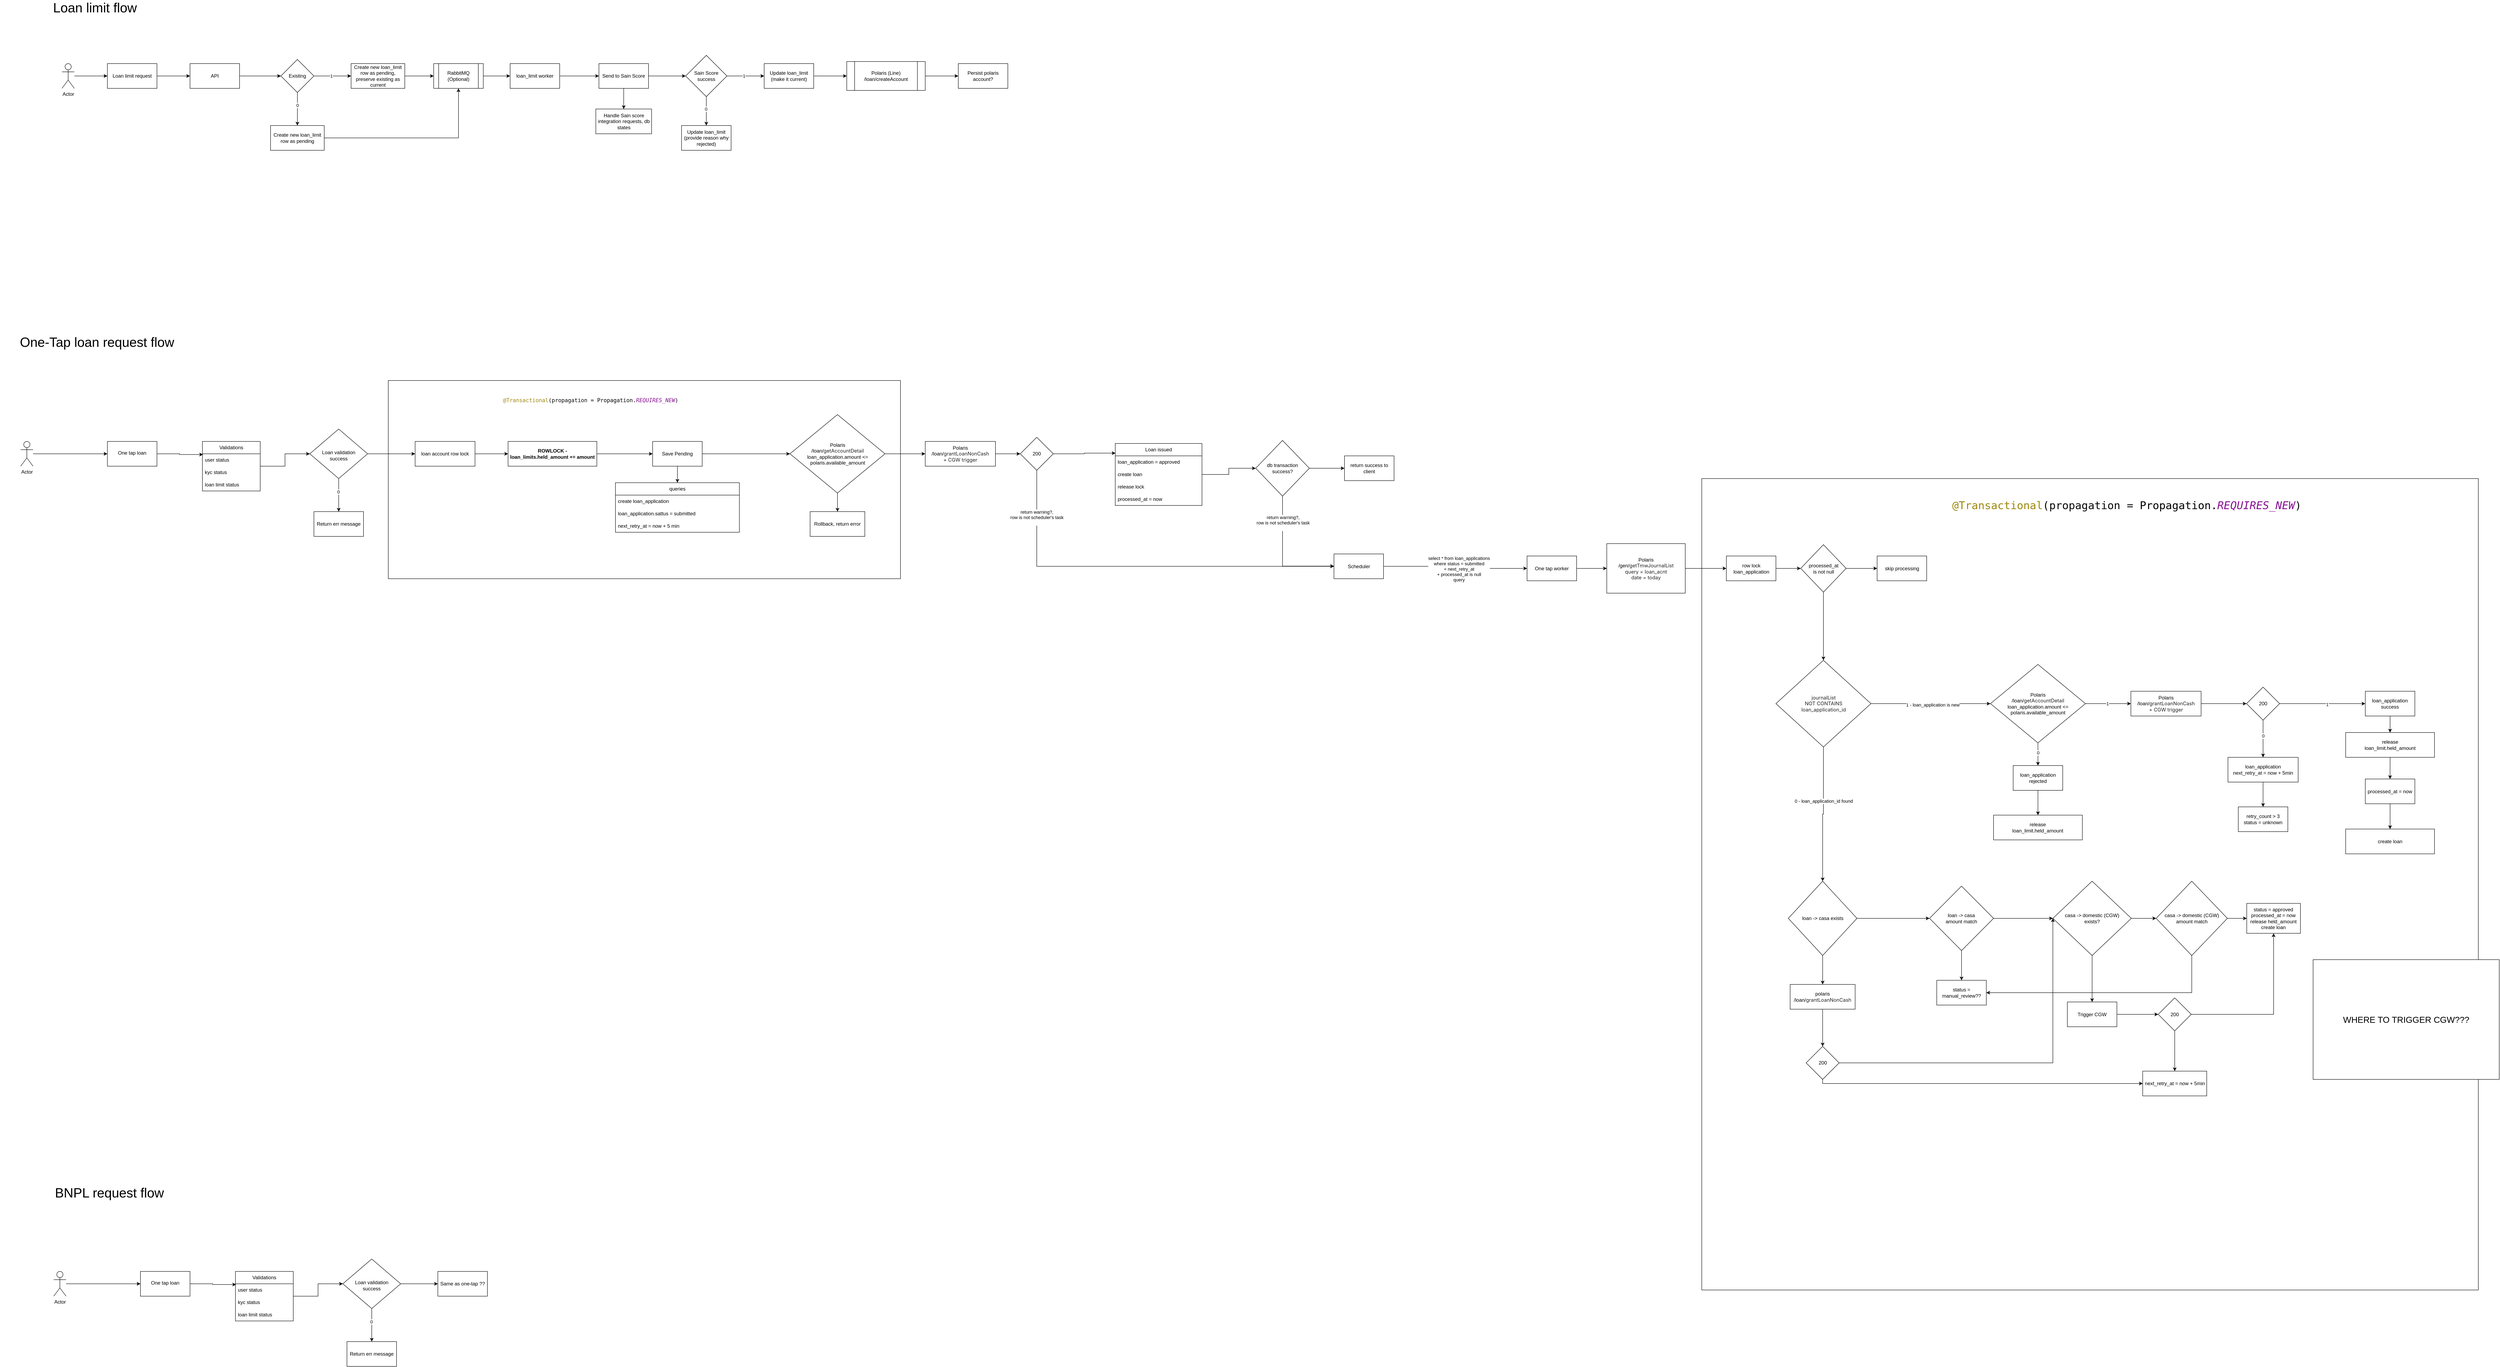
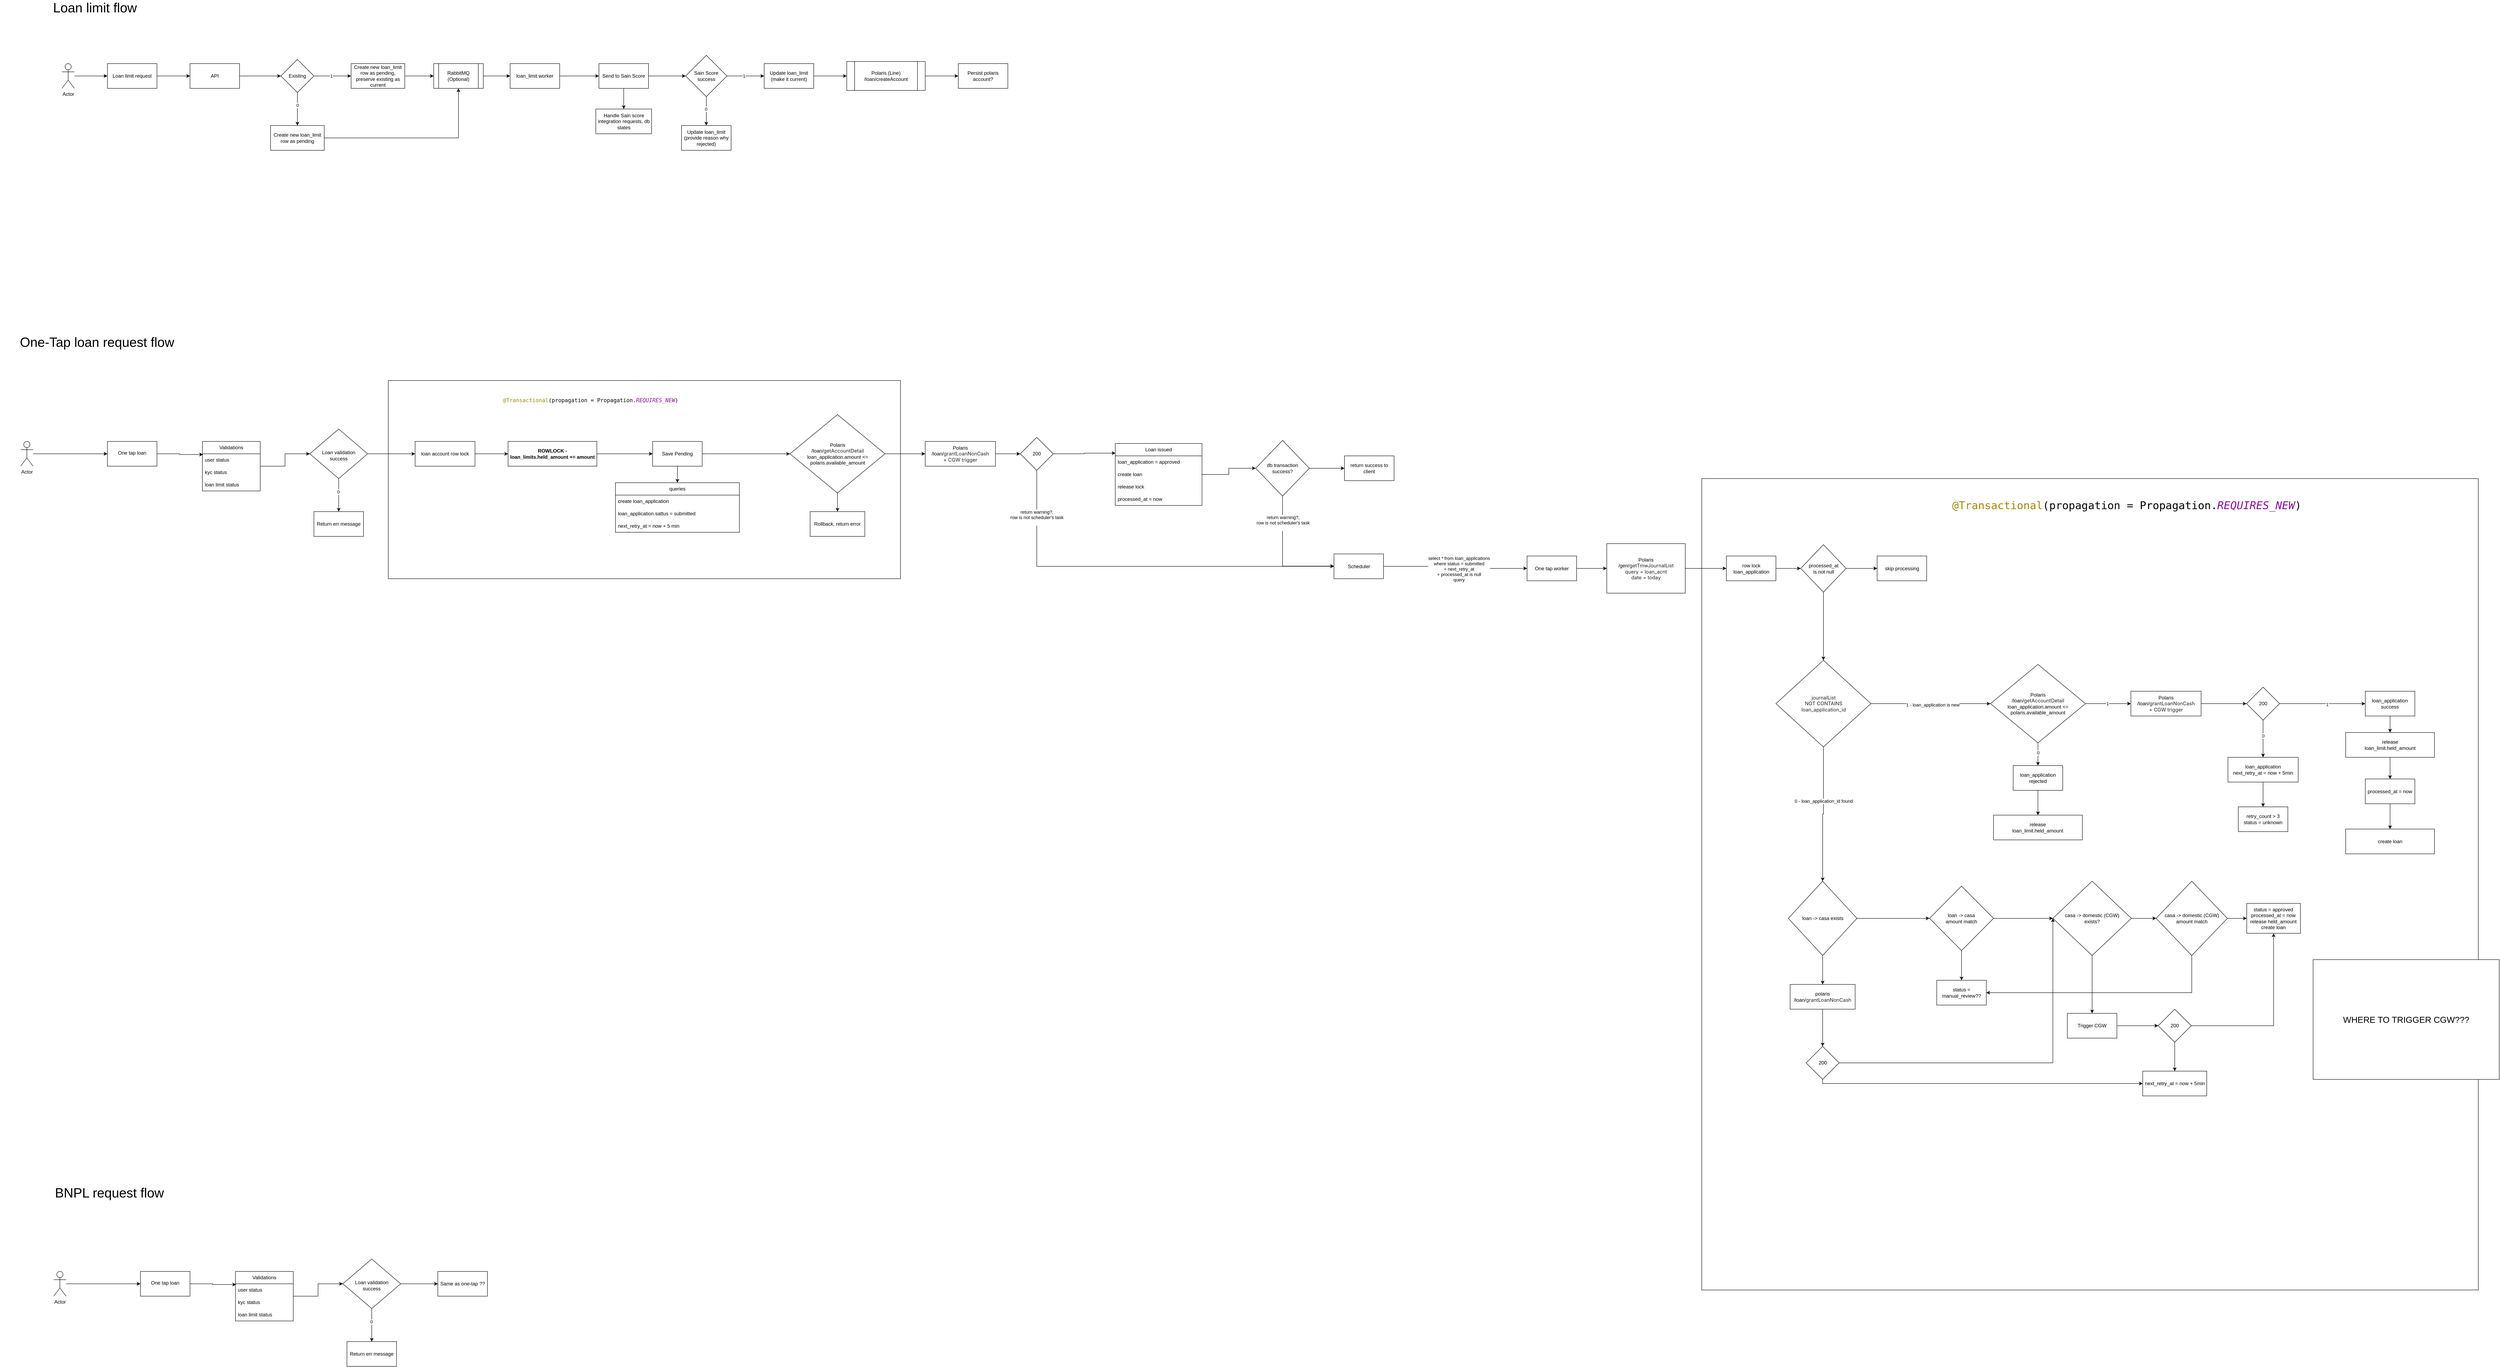
<mxfile host="app.diagrams.net">
  <diagram name="Page-1" id="VCBSuIh8bz7kurrQ0Zaz">
    <mxGraphModel dx="2067" dy="712" grid="1" gridSize="10" guides="1" tooltips="1" connect="1" arrows="1" fold="1" page="1" pageScale="1" pageWidth="850" pageHeight="1100" math="0" shadow="0">
      <root>
        <mxCell id="0" />
        <mxCell id="1" parent="0" />
        <mxCell id="In8fDh9ZLN2M87an2Miy-188" parent="1" style="rounded=0;whiteSpace=wrap;html=1;movable=0;resizable=0;rotatable=0;deletable=0;editable=0;locked=1;connectable=0;" value="" vertex="1">
          <mxGeometry height="1965" width="1880" x="4010" y="1215" as="geometry" />
        </mxCell>
        <mxCell id="In8fDh9ZLN2M87an2Miy-172" parent="1" style="rounded=0;whiteSpace=wrap;html=1;movable=0;resizable=0;rotatable=0;deletable=0;editable=0;locked=1;connectable=0;" value="" vertex="1">
          <mxGeometry height="480" width="1240" x="830" y="977.5" as="geometry" />
        </mxCell>
        <mxCell id="KqixbsF9o6dLofBvsG9t-5" edge="1" parent="1" source="KqixbsF9o6dLofBvsG9t-1" style="edgeStyle=orthogonalEdgeStyle;rounded=0;orthogonalLoop=1;jettySize=auto;html=1;" target="KqixbsF9o6dLofBvsG9t-4" value="">
          <mxGeometry relative="1" as="geometry" />
        </mxCell>
        <mxCell id="KqixbsF9o6dLofBvsG9t-1" parent="1" style="rounded=0;whiteSpace=wrap;html=1;" value="Loan limit request" vertex="1">
          <mxGeometry height="60" width="120" x="150" y="210" as="geometry" />
        </mxCell>
        <mxCell id="KqixbsF9o6dLofBvsG9t-3" edge="1" parent="1" source="KqixbsF9o6dLofBvsG9t-2" style="edgeStyle=orthogonalEdgeStyle;rounded=0;orthogonalLoop=1;jettySize=auto;html=1;" target="KqixbsF9o6dLofBvsG9t-1" value="">
          <mxGeometry relative="1" as="geometry" />
        </mxCell>
        <mxCell id="KqixbsF9o6dLofBvsG9t-2" parent="1" style="shape=umlActor;verticalLabelPosition=bottom;verticalAlign=top;html=1;outlineConnect=0;" value="Actor" vertex="1">
          <mxGeometry height="60" width="30" x="40" y="210" as="geometry" />
        </mxCell>
        <mxCell id="KqixbsF9o6dLofBvsG9t-9" edge="1" parent="1" source="KqixbsF9o6dLofBvsG9t-4" style="edgeStyle=orthogonalEdgeStyle;rounded=0;orthogonalLoop=1;jettySize=auto;html=1;" target="KqixbsF9o6dLofBvsG9t-8" value="">
          <mxGeometry relative="1" as="geometry" />
        </mxCell>
        <mxCell id="KqixbsF9o6dLofBvsG9t-4" parent="1" style="rounded=0;whiteSpace=wrap;html=1;" value="API" vertex="1">
          <mxGeometry height="60" width="120" x="350" y="210" as="geometry" />
        </mxCell>
        <mxCell id="KqixbsF9o6dLofBvsG9t-11" edge="1" parent="1" source="KqixbsF9o6dLofBvsG9t-8" style="edgeStyle=orthogonalEdgeStyle;rounded=0;orthogonalLoop=1;jettySize=auto;html=1;" target="KqixbsF9o6dLofBvsG9t-10" value="">
          <mxGeometry relative="1" as="geometry" />
        </mxCell>
        <mxCell id="KqixbsF9o6dLofBvsG9t-12" connectable="0" parent="KqixbsF9o6dLofBvsG9t-11" style="edgeLabel;html=1;align=center;verticalAlign=middle;resizable=0;points=[];" value="1" vertex="1">
          <mxGeometry relative="1" x="-0.079" as="geometry">
            <mxPoint as="offset" />
          </mxGeometry>
        </mxCell>
        <mxCell id="KqixbsF9o6dLofBvsG9t-14" edge="1" parent="1" source="KqixbsF9o6dLofBvsG9t-8" style="edgeStyle=orthogonalEdgeStyle;rounded=0;orthogonalLoop=1;jettySize=auto;html=1;" target="KqixbsF9o6dLofBvsG9t-13" value="">
          <mxGeometry relative="1" as="geometry" />
        </mxCell>
        <mxCell id="KqixbsF9o6dLofBvsG9t-15" connectable="0" parent="KqixbsF9o6dLofBvsG9t-14" style="edgeLabel;html=1;align=center;verticalAlign=middle;resizable=0;points=[];" value="0" vertex="1">
          <mxGeometry relative="1" x="-0.2407" as="geometry">
            <mxPoint as="offset" />
          </mxGeometry>
        </mxCell>
        <mxCell id="KqixbsF9o6dLofBvsG9t-8" parent="1" style="rhombus;whiteSpace=wrap;html=1;rounded=0;" value="Existing" vertex="1">
          <mxGeometry height="80" width="80" x="570" y="200" as="geometry" />
        </mxCell>
        <mxCell id="KqixbsF9o6dLofBvsG9t-23" edge="1" parent="1" source="KqixbsF9o6dLofBvsG9t-10" style="edgeStyle=orthogonalEdgeStyle;rounded=0;orthogonalLoop=1;jettySize=auto;html=1;" target="KqixbsF9o6dLofBvsG9t-22" value="">
          <mxGeometry relative="1" as="geometry" />
        </mxCell>
        <mxCell id="KqixbsF9o6dLofBvsG9t-10" parent="1" style="whiteSpace=wrap;html=1;rounded=0;" value="Create new loan_limit row as pending, preserve existing as current" vertex="1">
          <mxGeometry height="60" width="130" x="740" y="210" as="geometry" />
        </mxCell>
        <mxCell id="KqixbsF9o6dLofBvsG9t-26" edge="1" parent="1" source="KqixbsF9o6dLofBvsG9t-13" style="edgeStyle=orthogonalEdgeStyle;rounded=0;orthogonalLoop=1;jettySize=auto;html=1;entryX=0.5;entryY=1;entryDx=0;entryDy=0;" target="KqixbsF9o6dLofBvsG9t-22">
          <mxGeometry relative="1" as="geometry" />
        </mxCell>
        <mxCell id="KqixbsF9o6dLofBvsG9t-13" parent="1" style="whiteSpace=wrap;html=1;rounded=0;" value="Create new loan_limit row as pending" vertex="1">
          <mxGeometry height="60" width="130" x="545" y="360" as="geometry" />
        </mxCell>
        <mxCell id="KqixbsF9o6dLofBvsG9t-25" edge="1" parent="1" source="KqixbsF9o6dLofBvsG9t-22" style="edgeStyle=orthogonalEdgeStyle;rounded=0;orthogonalLoop=1;jettySize=auto;html=1;" target="KqixbsF9o6dLofBvsG9t-24" value="">
          <mxGeometry relative="1" as="geometry" />
        </mxCell>
        <mxCell id="KqixbsF9o6dLofBvsG9t-22" parent="1" style="shape=process;whiteSpace=wrap;html=1;backgroundOutline=1;rounded=0;" value="RabbitMQ (Optional)" vertex="1">
          <mxGeometry height="60" width="120" x="940" y="210" as="geometry" />
        </mxCell>
        <mxCell id="KqixbsF9o6dLofBvsG9t-28" edge="1" parent="1" source="KqixbsF9o6dLofBvsG9t-24" style="edgeStyle=orthogonalEdgeStyle;rounded=0;orthogonalLoop=1;jettySize=auto;html=1;" target="KqixbsF9o6dLofBvsG9t-27" value="">
          <mxGeometry relative="1" as="geometry" />
        </mxCell>
        <mxCell id="KqixbsF9o6dLofBvsG9t-24" parent="1" style="whiteSpace=wrap;html=1;rounded=0;" value="loan_limit worker" vertex="1">
          <mxGeometry height="60" width="120" x="1125" y="210" as="geometry" />
        </mxCell>
        <mxCell id="KqixbsF9o6dLofBvsG9t-30" edge="1" parent="1" source="KqixbsF9o6dLofBvsG9t-27" style="edgeStyle=orthogonalEdgeStyle;rounded=0;orthogonalLoop=1;jettySize=auto;html=1;" target="KqixbsF9o6dLofBvsG9t-29" value="">
          <mxGeometry relative="1" as="geometry" />
        </mxCell>
        <mxCell id="KqixbsF9o6dLofBvsG9t-38" edge="1" parent="1" source="KqixbsF9o6dLofBvsG9t-27" style="edgeStyle=orthogonalEdgeStyle;rounded=0;orthogonalLoop=1;jettySize=auto;html=1;" target="KqixbsF9o6dLofBvsG9t-37" value="">
          <mxGeometry relative="1" as="geometry" />
        </mxCell>
        <mxCell id="KqixbsF9o6dLofBvsG9t-27" parent="1" style="whiteSpace=wrap;html=1;rounded=0;" value="Send to Sain Score" vertex="1">
          <mxGeometry height="60" width="120" x="1340" y="210" as="geometry" />
        </mxCell>
        <mxCell id="KqixbsF9o6dLofBvsG9t-32" edge="1" parent="1" source="KqixbsF9o6dLofBvsG9t-29" style="edgeStyle=orthogonalEdgeStyle;rounded=0;orthogonalLoop=1;jettySize=auto;html=1;" target="KqixbsF9o6dLofBvsG9t-31" value="">
          <mxGeometry relative="1" as="geometry" />
        </mxCell>
        <mxCell id="KqixbsF9o6dLofBvsG9t-33" connectable="0" parent="KqixbsF9o6dLofBvsG9t-32" style="edgeLabel;html=1;align=center;verticalAlign=middle;resizable=0;points=[];" value="1" vertex="1">
          <mxGeometry relative="1" x="-0.1048" as="geometry">
            <mxPoint as="offset" />
          </mxGeometry>
        </mxCell>
        <mxCell id="KqixbsF9o6dLofBvsG9t-35" edge="1" parent="1" source="KqixbsF9o6dLofBvsG9t-29" style="edgeStyle=orthogonalEdgeStyle;rounded=0;orthogonalLoop=1;jettySize=auto;html=1;" target="KqixbsF9o6dLofBvsG9t-34" value="">
          <mxGeometry relative="1" as="geometry" />
        </mxCell>
        <mxCell id="KqixbsF9o6dLofBvsG9t-36" connectable="0" parent="KqixbsF9o6dLofBvsG9t-35" style="edgeLabel;html=1;align=center;verticalAlign=middle;resizable=0;points=[];" value="0" vertex="1">
          <mxGeometry relative="1" x="-0.1429" y="-1" as="geometry">
            <mxPoint as="offset" />
          </mxGeometry>
        </mxCell>
        <mxCell id="KqixbsF9o6dLofBvsG9t-29" parent="1" style="rhombus;whiteSpace=wrap;html=1;rounded=0;" value="Sain Score success" vertex="1">
          <mxGeometry height="100" width="100" x="1550" y="190" as="geometry" />
        </mxCell>
        <mxCell id="KqixbsF9o6dLofBvsG9t-66" edge="1" parent="1" source="KqixbsF9o6dLofBvsG9t-31" style="edgeStyle=orthogonalEdgeStyle;rounded=0;orthogonalLoop=1;jettySize=auto;html=1;" target="KqixbsF9o6dLofBvsG9t-65" value="">
          <mxGeometry relative="1" as="geometry" />
        </mxCell>
        <mxCell id="KqixbsF9o6dLofBvsG9t-31" parent="1" style="whiteSpace=wrap;html=1;rounded=0;" value="Update loan_limit (make it current)" vertex="1">
          <mxGeometry height="60" width="120" x="1740" y="210" as="geometry" />
        </mxCell>
        <mxCell id="KqixbsF9o6dLofBvsG9t-34" parent="1" style="whiteSpace=wrap;html=1;rounded=0;" value="Update loan_limit&lt;br&gt;(provide reason why rejected)" vertex="1">
          <mxGeometry height="60" width="120" x="1540" y="360" as="geometry" />
        </mxCell>
        <mxCell id="KqixbsF9o6dLofBvsG9t-37" parent="1" style="whiteSpace=wrap;html=1;rounded=0;" value="Handle Sain score integration requests, db states" vertex="1">
          <mxGeometry height="60" width="135" x="1332.5" y="320" as="geometry" />
        </mxCell>
        <mxCell id="KqixbsF9o6dLofBvsG9t-40" parent="1" style="text;html=1;whiteSpace=wrap;strokeColor=none;fillColor=none;align=center;verticalAlign=middle;rounded=0;fontSize=32;" value="Loan limit flow" vertex="1">
          <mxGeometry height="30" width="260" x="-10" y="60" as="geometry" />
        </mxCell>
        <mxCell id="KqixbsF9o6dLofBvsG9t-74" edge="1" parent="1" source="KqixbsF9o6dLofBvsG9t-65" style="edgeStyle=orthogonalEdgeStyle;rounded=0;orthogonalLoop=1;jettySize=auto;html=1;" target="KqixbsF9o6dLofBvsG9t-73" value="">
          <mxGeometry relative="1" as="geometry" />
        </mxCell>
        <mxCell id="KqixbsF9o6dLofBvsG9t-65" parent="1" style="shape=process;whiteSpace=wrap;html=1;backgroundOutline=1;rounded=0;" value="Polaris (Line)&lt;br&gt;/loan/createAccount" vertex="1">
          <mxGeometry height="70" width="190" x="1940" y="205" as="geometry" />
        </mxCell>
        <mxCell id="KqixbsF9o6dLofBvsG9t-73" parent="1" style="whiteSpace=wrap;html=1;rounded=0;" value="Persist polaris account?" vertex="1">
          <mxGeometry height="60" width="120" x="2210" y="210" as="geometry" />
        </mxCell>
        <mxCell id="U8Ajh8Gpa-m2DNKNFQys-1" parent="1" style="text;html=1;whiteSpace=wrap;strokeColor=none;fillColor=none;align=center;verticalAlign=middle;rounded=0;fontSize=32;" value="One-Tap loan request flow" vertex="1">
          <mxGeometry height="30" width="470" x="-110" y="870" as="geometry" />
        </mxCell>
        <mxCell id="In8fDh9ZLN2M87an2Miy-1" edge="1" parent="1" source="In8fDh9ZLN2M87an2Miy-2" style="edgeStyle=orthogonalEdgeStyle;rounded=0;orthogonalLoop=1;jettySize=auto;html=1;" target="In8fDh9ZLN2M87an2Miy-4" value="">
          <mxGeometry relative="1" as="geometry" />
        </mxCell>
        <mxCell id="In8fDh9ZLN2M87an2Miy-2" parent="1" style="shape=umlActor;verticalLabelPosition=bottom;verticalAlign=top;html=1;outlineConnect=0;" value="Actor" vertex="1">
          <mxGeometry height="60" width="30" x="-60" y="1125" as="geometry" />
        </mxCell>
        <mxCell id="In8fDh9ZLN2M87an2Miy-3" edge="1" parent="1" source="In8fDh9ZLN2M87an2Miy-4" style="edgeStyle=orthogonalEdgeStyle;rounded=0;orthogonalLoop=1;jettySize=auto;html=1;entryX=0.011;entryY=0.06;entryDx=0;entryDy=0;entryPerimeter=0;" target="In8fDh9ZLN2M87an2Miy-28" value="">
          <mxGeometry relative="1" as="geometry">
            <mxPoint x="360" y="1155" as="targetPoint" />
          </mxGeometry>
        </mxCell>
        <mxCell id="In8fDh9ZLN2M87an2Miy-4" parent="1" style="whiteSpace=wrap;html=1;verticalAlign=top;" value="&lt;div&gt;&lt;br&gt;&lt;/div&gt;&lt;div&gt;One tap loan&lt;/div&gt;" vertex="1">
          <mxGeometry height="60" width="120" x="150" y="1125" as="geometry" />
        </mxCell>
        <mxCell id="In8fDh9ZLN2M87an2Miy-7" edge="1" parent="1" source="In8fDh9ZLN2M87an2Miy-9" style="edgeStyle=orthogonalEdgeStyle;rounded=0;orthogonalLoop=1;jettySize=auto;html=1;" target="In8fDh9ZLN2M87an2Miy-13" value="">
          <mxGeometry relative="1" as="geometry" />
        </mxCell>
        <mxCell id="In8fDh9ZLN2M87an2Miy-8" connectable="0" parent="In8fDh9ZLN2M87an2Miy-7" style="edgeLabel;html=1;align=center;verticalAlign=middle;resizable=0;points=[];" value="0" vertex="1">
          <mxGeometry relative="1" x="-0.2091" y="-1" as="geometry">
            <mxPoint as="offset" />
          </mxGeometry>
        </mxCell>
        <mxCell id="In8fDh9ZLN2M87an2Miy-163" edge="1" parent="1" source="In8fDh9ZLN2M87an2Miy-9" style="edgeStyle=orthogonalEdgeStyle;rounded=0;orthogonalLoop=1;jettySize=auto;html=1;entryX=0;entryY=0.5;entryDx=0;entryDy=0;" target="In8fDh9ZLN2M87an2Miy-161">
          <mxGeometry relative="1" as="geometry" />
        </mxCell>
        <mxCell id="In8fDh9ZLN2M87an2Miy-9" parent="1" style="rhombus;whiteSpace=wrap;html=1;verticalAlign=top;" value="&lt;br&gt;&lt;br&gt;&lt;div&gt;&lt;br&gt;&lt;/div&gt;&lt;div&gt;Loan validation&lt;br&gt;success&lt;/div&gt;" vertex="1">
          <mxGeometry height="120" width="140" x="640" y="1095" as="geometry" />
        </mxCell>
        <mxCell id="In8fDh9ZLN2M87an2Miy-10" edge="1" parent="1" source="In8fDh9ZLN2M87an2Miy-12" style="edgeStyle=orthogonalEdgeStyle;rounded=0;orthogonalLoop=1;jettySize=auto;html=1;entryX=0.5;entryY=0;entryDx=0;entryDy=0;" target="In8fDh9ZLN2M87an2Miy-14">
          <mxGeometry relative="1" as="geometry" />
        </mxCell>
        <mxCell id="In8fDh9ZLN2M87an2Miy-54" edge="1" parent="1" source="In8fDh9ZLN2M87an2Miy-105" style="edgeStyle=orthogonalEdgeStyle;rounded=0;orthogonalLoop=1;jettySize=auto;html=1;exitX=1;exitY=0.5;exitDx=0;exitDy=0;" target="In8fDh9ZLN2M87an2Miy-53" value="">
          <mxGeometry relative="1" as="geometry">
            <mxPoint x="3329.5" y="1432.5" as="sourcePoint" />
          </mxGeometry>
        </mxCell>
        <mxCell id="In8fDh9ZLN2M87an2Miy-55" connectable="0" parent="In8fDh9ZLN2M87an2Miy-54" style="edgeLabel;html=1;align=center;verticalAlign=middle;resizable=0;points=[];" value="select * from loan_applications&lt;br&gt;where status = submitted&lt;br&gt;+ next_retry_at&lt;br&gt;+ processed_at is null&lt;br&gt;query" vertex="1">
          <mxGeometry relative="1" x="0.0637" y="-1" as="geometry">
            <mxPoint as="offset" />
          </mxGeometry>
        </mxCell>
        <mxCell id="In8fDh9ZLN2M87an2Miy-173" edge="1" parent="1" source="In8fDh9ZLN2M87an2Miy-12" style="edgeStyle=orthogonalEdgeStyle;rounded=0;orthogonalLoop=1;jettySize=auto;html=1;entryX=0;entryY=0.5;entryDx=0;entryDy=0;" target="In8fDh9ZLN2M87an2Miy-152">
          <mxGeometry relative="1" as="geometry" />
        </mxCell>
        <mxCell id="In8fDh9ZLN2M87an2Miy-12" parent="1" style="whiteSpace=wrap;html=1;verticalAlign=middle;" value="Save Pending" vertex="1">
          <mxGeometry height="60" width="120" x="1470" y="1125" as="geometry" />
        </mxCell>
        <mxCell id="In8fDh9ZLN2M87an2Miy-13" parent="1" style="whiteSpace=wrap;html=1;verticalAlign=middle;" value="Return err message" vertex="1">
          <mxGeometry height="60" width="120" x="650" y="1295" as="geometry" />
        </mxCell>
        <mxCell id="In8fDh9ZLN2M87an2Miy-14" parent="1" style="swimlane;fontStyle=0;childLayout=stackLayout;horizontal=1;startSize=30;horizontalStack=0;resizeParent=1;resizeParentMax=0;resizeLast=0;collapsible=1;marginBottom=0;whiteSpace=wrap;html=1;" value="queries" vertex="1">
          <mxGeometry height="120" width="300" x="1380" y="1225" as="geometry" />
        </mxCell>
        <mxCell id="In8fDh9ZLN2M87an2Miy-15" parent="In8fDh9ZLN2M87an2Miy-14" style="text;strokeColor=none;fillColor=none;align=left;verticalAlign=middle;spacingLeft=4;spacingRight=4;overflow=hidden;points=[[0,0.5],[1,0.5]];portConstraint=eastwest;rotatable=0;whiteSpace=wrap;html=1;" value="create loan_application" vertex="1">
          <mxGeometry height="30" width="300" y="30" as="geometry" />
        </mxCell>
        <mxCell id="In8fDh9ZLN2M87an2Miy-104" parent="In8fDh9ZLN2M87an2Miy-14" style="text;strokeColor=none;fillColor=none;align=left;verticalAlign=middle;spacingLeft=4;spacingRight=4;overflow=hidden;points=[[0,0.5],[1,0.5]];portConstraint=eastwest;rotatable=0;whiteSpace=wrap;html=1;" value="loan_application.sattus = submitted" vertex="1">
          <mxGeometry height="30" width="300" y="60" as="geometry" />
        </mxCell>
        <mxCell id="In8fDh9ZLN2M87an2Miy-17" parent="In8fDh9ZLN2M87an2Miy-14" style="text;strokeColor=none;fillColor=none;align=left;verticalAlign=middle;spacingLeft=4;spacingRight=4;overflow=hidden;points=[[0,0.5],[1,0.5]];portConstraint=eastwest;rotatable=0;whiteSpace=wrap;html=1;" value="next_retry_at = now + 5 min" vertex="1">
          <mxGeometry height="30" width="300" y="90" as="geometry" />
        </mxCell>
        <mxCell id="In8fDh9ZLN2M87an2Miy-32" edge="1" parent="1" source="In8fDh9ZLN2M87an2Miy-27" style="edgeStyle=orthogonalEdgeStyle;rounded=0;orthogonalLoop=1;jettySize=auto;html=1;entryX=0;entryY=0.5;entryDx=0;entryDy=0;" target="In8fDh9ZLN2M87an2Miy-9">
          <mxGeometry relative="1" as="geometry" />
        </mxCell>
        <mxCell id="In8fDh9ZLN2M87an2Miy-27" parent="1" style="swimlane;fontStyle=0;childLayout=stackLayout;horizontal=1;startSize=30;horizontalStack=0;resizeParent=1;resizeParentMax=0;resizeLast=0;collapsible=1;marginBottom=0;whiteSpace=wrap;html=1;" value="Validations" vertex="1">
          <mxGeometry height="120" width="140" x="380" y="1125" as="geometry" />
        </mxCell>
        <mxCell id="In8fDh9ZLN2M87an2Miy-28" parent="In8fDh9ZLN2M87an2Miy-27" style="text;strokeColor=none;fillColor=none;align=left;verticalAlign=middle;spacingLeft=4;spacingRight=4;overflow=hidden;points=[[0,0.5],[1,0.5]];portConstraint=eastwest;rotatable=0;whiteSpace=wrap;html=1;" value="user status" vertex="1">
          <mxGeometry height="30" width="140" y="30" as="geometry" />
        </mxCell>
        <mxCell id="In8fDh9ZLN2M87an2Miy-29" parent="In8fDh9ZLN2M87an2Miy-27" style="text;strokeColor=none;fillColor=none;align=left;verticalAlign=middle;spacingLeft=4;spacingRight=4;overflow=hidden;points=[[0,0.5],[1,0.5]];portConstraint=eastwest;rotatable=0;whiteSpace=wrap;html=1;" value="kyc status" vertex="1">
          <mxGeometry height="30" width="140" y="60" as="geometry" />
        </mxCell>
        <mxCell id="In8fDh9ZLN2M87an2Miy-33" parent="In8fDh9ZLN2M87an2Miy-27" style="text;strokeColor=none;fillColor=none;align=left;verticalAlign=middle;spacingLeft=4;spacingRight=4;overflow=hidden;points=[[0,0.5],[1,0.5]];portConstraint=eastwest;rotatable=0;whiteSpace=wrap;html=1;" value="loan limit status" vertex="1">
          <mxGeometry height="30" width="140" y="90" as="geometry" />
        </mxCell>
        <mxCell id="In8fDh9ZLN2M87an2Miy-116" edge="1" parent="1" source="In8fDh9ZLN2M87an2Miy-53" style="edgeStyle=orthogonalEdgeStyle;rounded=0;orthogonalLoop=1;jettySize=auto;html=1;entryX=0;entryY=0.5;entryDx=0;entryDy=0;" target="In8fDh9ZLN2M87an2Miy-68">
          <mxGeometry relative="1" as="geometry" />
        </mxCell>
        <mxCell id="In8fDh9ZLN2M87an2Miy-53" parent="1" style="whiteSpace=wrap;html=1;" value="One tap worker" vertex="1">
          <mxGeometry height="60" width="120" x="3587" y="1402.5" as="geometry" />
        </mxCell>
        <mxCell id="In8fDh9ZLN2M87an2Miy-67" edge="1" parent="1" source="In8fDh9ZLN2M87an2Miy-58" style="edgeStyle=orthogonalEdgeStyle;rounded=0;orthogonalLoop=1;jettySize=auto;html=1;entryX=0;entryY=0.5;entryDx=0;entryDy=0;" target="In8fDh9ZLN2M87an2Miy-66" value="">
          <mxGeometry relative="1" as="geometry">
            <mxPoint x="5343.87" y="1760" as="targetPoint" />
          </mxGeometry>
        </mxCell>
        <mxCell id="In8fDh9ZLN2M87an2Miy-58" parent="1" style="whiteSpace=wrap;html=1;" value="Polaris /loan/&lt;span style=&quot;color: rgb(33, 33, 33); font-family: Inter, system-ui, -apple-system, &amp;quot;system-ui&amp;quot;, &amp;quot;Segoe UI&amp;quot;, Roboto, Oxygen, Ubuntu, Cantarell, &amp;quot;Fira Sans&amp;quot;, &amp;quot;Droid Sans&amp;quot;, Helvetica, Arial, sans-serif; text-align: left; white-space: pre-wrap; background-color: rgb(255, 255, 255);&quot;&gt;grantLoanNonCash&lt;br/&gt;+ CGW trigger&lt;/span&gt;" vertex="1">
          <mxGeometry height="60" width="170" x="5048.87" y="1730" as="geometry" />
        </mxCell>
        <mxCell id="In8fDh9ZLN2M87an2Miy-62" edge="1" parent="1" source="In8fDh9ZLN2M87an2Miy-59" style="edgeStyle=orthogonalEdgeStyle;rounded=0;orthogonalLoop=1;jettySize=auto;html=1;" target="In8fDh9ZLN2M87an2Miy-61" value="">
          <mxGeometry relative="1" as="geometry" />
        </mxCell>
        <mxCell id="In8fDh9ZLN2M87an2Miy-91" connectable="0" parent="In8fDh9ZLN2M87an2Miy-62" style="edgeLabel;html=1;align=center;verticalAlign=middle;resizable=0;points=[];" value="0" vertex="1">
          <mxGeometry relative="1" x="-0.1431" as="geometry">
            <mxPoint as="offset" />
          </mxGeometry>
        </mxCell>
        <mxCell id="In8fDh9ZLN2M87an2Miy-65" edge="1" parent="1" source="In8fDh9ZLN2M87an2Miy-59" style="edgeStyle=orthogonalEdgeStyle;rounded=0;orthogonalLoop=1;jettySize=auto;html=1;" target="In8fDh9ZLN2M87an2Miy-58">
          <mxGeometry relative="1" as="geometry" />
        </mxCell>
        <mxCell id="In8fDh9ZLN2M87an2Miy-90" connectable="0" parent="In8fDh9ZLN2M87an2Miy-65" style="edgeLabel;html=1;align=center;verticalAlign=middle;resizable=0;points=[];" value="1" vertex="1">
          <mxGeometry relative="1" x="-0.0451" as="geometry">
            <mxPoint as="offset" />
          </mxGeometry>
        </mxCell>
        <mxCell id="In8fDh9ZLN2M87an2Miy-59" parent="1" style="rhombus;whiteSpace=wrap;html=1;" value="Polaris&lt;br&gt;/loan/&lt;span style=&quot;color: rgb(33, 33, 33); font-family: Inter, system-ui, -apple-system, &amp;quot;system-ui&amp;quot;, &amp;quot;Segoe UI&amp;quot;, Roboto, Oxygen, Ubuntu, Cantarell, &amp;quot;Fira Sans&amp;quot;, &amp;quot;Droid Sans&amp;quot;, Helvetica, Arial, sans-serif; text-align: left; white-space: pre-wrap; background-color: rgb(255, 255, 255);&quot;&gt;getAccountDetail&lt;/span&gt;&lt;br&gt;loan_application.amount &amp;lt;= polaris.available_amount" vertex="1">
          <mxGeometry height="190" width="230" x="4708.87" y="1665" as="geometry" />
        </mxCell>
        <mxCell id="In8fDh9ZLN2M87an2Miy-64" edge="1" parent="1" source="In8fDh9ZLN2M87an2Miy-61" style="edgeStyle=orthogonalEdgeStyle;rounded=0;orthogonalLoop=1;jettySize=auto;html=1;" target="In8fDh9ZLN2M87an2Miy-63" value="">
          <mxGeometry relative="1" as="geometry" />
        </mxCell>
        <mxCell id="In8fDh9ZLN2M87an2Miy-61" parent="1" style="whiteSpace=wrap;html=1;" value="loan_application&lt;br&gt;rejected" vertex="1">
          <mxGeometry height="60" width="120" x="4763.87" y="1910" as="geometry" />
        </mxCell>
        <mxCell id="In8fDh9ZLN2M87an2Miy-63" parent="1" style="whiteSpace=wrap;html=1;" value="release &lt;br&gt;loan_limit.held_amount" vertex="1">
          <mxGeometry height="60" width="215" x="4716.37" y="2030" as="geometry" />
        </mxCell>
        <mxCell id="In8fDh9ZLN2M87an2Miy-81" edge="1" parent="1" source="In8fDh9ZLN2M87an2Miy-66" style="edgeStyle=orthogonalEdgeStyle;rounded=0;orthogonalLoop=1;jettySize=auto;html=1;entryX=0;entryY=0.5;entryDx=0;entryDy=0;" target="In8fDh9ZLN2M87an2Miy-79">
          <mxGeometry relative="1" as="geometry" />
        </mxCell>
        <mxCell id="In8fDh9ZLN2M87an2Miy-92" connectable="0" parent="In8fDh9ZLN2M87an2Miy-81" style="edgeLabel;html=1;align=center;verticalAlign=middle;resizable=0;points=[];" value="1" vertex="1">
          <mxGeometry relative="1" x="0.1055" y="-2" as="geometry">
            <mxPoint as="offset" />
          </mxGeometry>
        </mxCell>
        <mxCell id="In8fDh9ZLN2M87an2Miy-83" edge="1" parent="1" source="In8fDh9ZLN2M87an2Miy-66" style="edgeStyle=orthogonalEdgeStyle;rounded=0;orthogonalLoop=1;jettySize=auto;html=1;" target="In8fDh9ZLN2M87an2Miy-82" value="">
          <mxGeometry relative="1" as="geometry" />
        </mxCell>
        <mxCell id="In8fDh9ZLN2M87an2Miy-93" connectable="0" parent="In8fDh9ZLN2M87an2Miy-83" style="edgeLabel;html=1;align=center;verticalAlign=middle;resizable=0;points=[];" value="0" vertex="1">
          <mxGeometry relative="1" x="-0.1623" as="geometry">
            <mxPoint as="offset" />
          </mxGeometry>
        </mxCell>
        <mxCell id="In8fDh9ZLN2M87an2Miy-66" parent="1" style="rhombus;whiteSpace=wrap;html=1;" value="200" vertex="1">
          <mxGeometry height="80" width="80" x="5328.87" y="1720" as="geometry" />
        </mxCell>
        <mxCell id="In8fDh9ZLN2M87an2Miy-119" edge="1" parent="1" source="In8fDh9ZLN2M87an2Miy-68" style="edgeStyle=orthogonalEdgeStyle;rounded=0;orthogonalLoop=1;jettySize=auto;html=1;" target="In8fDh9ZLN2M87an2Miy-118" value="">
          <mxGeometry relative="1" as="geometry" />
        </mxCell>
        <mxCell id="In8fDh9ZLN2M87an2Miy-68" parent="1" style="whiteSpace=wrap;html=1;" value="Polaris&lt;br&gt;/gen/&lt;span style=&quot;white-space: pre-wrap; color: rgb(33, 33, 33); font-family: Inter, system-ui, -apple-system, &amp;quot;system-ui&amp;quot;, &amp;quot;Segoe UI&amp;quot;, Roboto, Oxygen, Ubuntu, Cantarell, &amp;quot;Fira Sans&amp;quot;, &amp;quot;Droid Sans&amp;quot;, Helvetica, Arial, sans-serif; text-align: left; background-color: rgb(255, 255, 255);&quot;&gt;getTmwJournalList&lt;br&gt;query = loan_acnt&lt;br/&gt;date = today&lt;/span&gt;" vertex="1">
          <mxGeometry height="120" width="190" x="3780" y="1372.5" as="geometry" />
        </mxCell>
        <mxCell id="In8fDh9ZLN2M87an2Miy-71" edge="1" parent="1" source="In8fDh9ZLN2M87an2Miy-69" style="edgeStyle=orthogonalEdgeStyle;rounded=0;orthogonalLoop=1;jettySize=auto;html=1;entryX=0;entryY=0.5;entryDx=0;entryDy=0;" target="In8fDh9ZLN2M87an2Miy-59">
          <mxGeometry relative="1" as="geometry" />
        </mxCell>
        <mxCell id="In8fDh9ZLN2M87an2Miy-77" connectable="0" parent="In8fDh9ZLN2M87an2Miy-71" style="edgeLabel;html=1;align=center;verticalAlign=middle;resizable=0;points=[];" value="1 - loan_application is new" vertex="1">
          <mxGeometry relative="1" x="0.0312" y="-3" as="geometry">
            <mxPoint as="offset" />
          </mxGeometry>
        </mxCell>
        <mxCell id="In8fDh9ZLN2M87an2Miy-73" edge="1" parent="1" source="In8fDh9ZLN2M87an2Miy-69" style="edgeStyle=orthogonalEdgeStyle;rounded=0;orthogonalLoop=1;jettySize=auto;html=1;entryX=0.5;entryY=0;entryDx=0;entryDy=0;" target="In8fDh9ZLN2M87an2Miy-111" value="">
          <mxGeometry relative="1" as="geometry">
            <mxPoint x="4303.87" y="1960" as="targetPoint" />
          </mxGeometry>
        </mxCell>
        <mxCell id="In8fDh9ZLN2M87an2Miy-74" connectable="0" parent="In8fDh9ZLN2M87an2Miy-73" style="edgeLabel;html=1;align=center;verticalAlign=middle;resizable=0;points=[];" value="0 - loan_application_id found" vertex="1">
          <mxGeometry relative="1" x="-0.1975" as="geometry">
            <mxPoint as="offset" />
          </mxGeometry>
        </mxCell>
        <mxCell id="In8fDh9ZLN2M87an2Miy-69" parent="1" style="rhombus;whiteSpace=wrap;html=1;verticalAlign=middle;" value="&lt;div style=&quot;text-align: center;&quot;&gt;&lt;span style=&quot;background-color: light-dark(rgb(255, 255, 255), rgb(18, 18, 18)); color: light-dark(rgb(33, 33, 33), rgb(209, 209, 209)); font-family: Inter, system-ui, -apple-system, &amp;quot;system-ui&amp;quot;, &amp;quot;Segoe UI&amp;quot;, Roboto, Oxygen, Ubuntu, Cantarell, &amp;quot;Fira Sans&amp;quot;, &amp;quot;Droid Sans&amp;quot;, Helvetica, Arial, sans-serif; text-align: left; white-space: pre-wrap;&quot;&gt;journalList&lt;br&gt;NOT CONTAINS&lt;/span&gt;&lt;/div&gt;&lt;span style=&quot;white-space: pre-wrap; color: rgb(33, 33, 33); font-family: Inter, system-ui, -apple-system, &amp;quot;system-ui&amp;quot;, &amp;quot;Segoe UI&amp;quot;, Roboto, Oxygen, Ubuntu, Cantarell, &amp;quot;Fira Sans&amp;quot;, &amp;quot;Droid Sans&amp;quot;, Helvetica, Arial, sans-serif; text-align: left; background-color: rgb(255, 255, 255);&quot;&gt;loan_application_id&lt;/span&gt;" vertex="1">
          <mxGeometry height="210" width="230" x="4189.5" y="1655" as="geometry" />
        </mxCell>
        <mxCell id="In8fDh9ZLN2M87an2Miy-78" edge="1" parent="1" source="In8fDh9ZLN2M87an2Miy-79" style="edgeStyle=orthogonalEdgeStyle;rounded=0;orthogonalLoop=1;jettySize=auto;html=1;" target="In8fDh9ZLN2M87an2Miy-80" value="">
          <mxGeometry relative="1" as="geometry" />
        </mxCell>
        <mxCell id="In8fDh9ZLN2M87an2Miy-79" parent="1" style="whiteSpace=wrap;html=1;" value="loan_application&lt;br&gt;success" vertex="1">
          <mxGeometry height="60" width="120" x="5616.37" y="1730" as="geometry" />
        </mxCell>
        <mxCell id="In8fDh9ZLN2M87an2Miy-132" edge="1" parent="1" source="In8fDh9ZLN2M87an2Miy-80" style="edgeStyle=orthogonalEdgeStyle;rounded=0;orthogonalLoop=1;jettySize=auto;html=1;" target="In8fDh9ZLN2M87an2Miy-131" value="">
          <mxGeometry relative="1" as="geometry" />
        </mxCell>
        <mxCell id="In8fDh9ZLN2M87an2Miy-80" parent="1" style="whiteSpace=wrap;html=1;" value="release &lt;br&gt;loan_limit.held_amount" vertex="1">
          <mxGeometry height="60" width="215" x="5568.87" y="1830" as="geometry" />
        </mxCell>
        <mxCell id="In8fDh9ZLN2M87an2Miy-95" edge="1" parent="1" source="In8fDh9ZLN2M87an2Miy-82" style="edgeStyle=orthogonalEdgeStyle;rounded=0;orthogonalLoop=1;jettySize=auto;html=1;" target="In8fDh9ZLN2M87an2Miy-94" value="">
          <mxGeometry relative="1" as="geometry" />
        </mxCell>
        <mxCell id="In8fDh9ZLN2M87an2Miy-82" parent="1" style="whiteSpace=wrap;html=1;" value="loan_application&lt;br&gt;next_retry_at = now + 5min" vertex="1">
          <mxGeometry height="60" width="170" x="5283.87" y="1890" as="geometry" />
        </mxCell>
        <mxCell id="In8fDh9ZLN2M87an2Miy-88" parent="1" style="whiteSpace=wrap;html=1;" value="create loan" vertex="1">
          <mxGeometry height="60" width="215" x="5568.87" y="2063.75" as="geometry" />
        </mxCell>
        <mxCell id="In8fDh9ZLN2M87an2Miy-94" parent="1" style="whiteSpace=wrap;html=1;" value="retry_count &amp;gt; 3&lt;br&gt;status = unknown" vertex="1">
          <mxGeometry height="60" width="120" x="5308.87" y="2010" as="geometry" />
        </mxCell>
        <mxCell id="In8fDh9ZLN2M87an2Miy-105" parent="1" style="rounded=0;whiteSpace=wrap;html=1;" value="Scheduler" vertex="1">
          <mxGeometry height="60" width="120" x="3119.5" y="1397.5" as="geometry" />
        </mxCell>
        <mxCell id="In8fDh9ZLN2M87an2Miy-127" edge="1" parent="1" source="In8fDh9ZLN2M87an2Miy-111" style="edgeStyle=orthogonalEdgeStyle;rounded=0;orthogonalLoop=1;jettySize=auto;html=1;" target="In8fDh9ZLN2M87an2Miy-126" value="">
          <mxGeometry relative="1" as="geometry" />
        </mxCell>
        <mxCell id="In8fDh9ZLN2M87an2Miy-135" edge="1" parent="1" source="In8fDh9ZLN2M87an2Miy-111" style="edgeStyle=orthogonalEdgeStyle;rounded=0;orthogonalLoop=1;jettySize=auto;html=1;entryX=0;entryY=0.5;entryDx=0;entryDy=0;" target="In8fDh9ZLN2M87an2Miy-222">
          <mxGeometry relative="1" as="geometry">
            <mxPoint x="4520" y="2280" as="targetPoint" />
          </mxGeometry>
        </mxCell>
        <mxCell id="In8fDh9ZLN2M87an2Miy-111" parent="1" style="rhombus;whiteSpace=wrap;html=1;" value="loan -&amp;gt; casa exists" vertex="1">
          <mxGeometry height="180" width="166.25" x="4219.5" y="2190" as="geometry" />
        </mxCell>
        <mxCell id="In8fDh9ZLN2M87an2Miy-113" parent="1" style="whiteSpace=wrap;html=1;" value="status = approved&lt;br&gt;processed_at = now&lt;br&gt;release held_amount&lt;br&gt;create loan" vertex="1">
          <mxGeometry height="72.5" width="130" x="5329.37" y="2243.75" as="geometry" />
        </mxCell>
        <mxCell id="In8fDh9ZLN2M87an2Miy-122" edge="1" parent="1" source="In8fDh9ZLN2M87an2Miy-118" style="edgeStyle=orthogonalEdgeStyle;rounded=0;orthogonalLoop=1;jettySize=auto;html=1;" target="In8fDh9ZLN2M87an2Miy-121" value="">
          <mxGeometry relative="1" as="geometry" />
        </mxCell>
        <mxCell id="In8fDh9ZLN2M87an2Miy-118" parent="1" style="whiteSpace=wrap;html=1;" value="row lock&lt;br&gt;loan_application" vertex="1">
          <mxGeometry height="60" width="120" x="4069.5" y="1402.5" as="geometry" />
        </mxCell>
        <mxCell id="In8fDh9ZLN2M87an2Miy-124" edge="1" parent="1" source="In8fDh9ZLN2M87an2Miy-121" style="edgeStyle=orthogonalEdgeStyle;rounded=0;orthogonalLoop=1;jettySize=auto;html=1;" target="In8fDh9ZLN2M87an2Miy-123" value="">
          <mxGeometry relative="1" as="geometry" />
        </mxCell>
        <mxCell id="In8fDh9ZLN2M87an2Miy-125" edge="1" parent="1" source="In8fDh9ZLN2M87an2Miy-121" style="edgeStyle=orthogonalEdgeStyle;rounded=0;orthogonalLoop=1;jettySize=auto;html=1;entryX=0.5;entryY=0;entryDx=0;entryDy=0;" target="In8fDh9ZLN2M87an2Miy-69">
          <mxGeometry relative="1" as="geometry" />
        </mxCell>
        <mxCell id="In8fDh9ZLN2M87an2Miy-121" parent="1" style="rhombus;whiteSpace=wrap;html=1;" value="processed_at &lt;br&gt;is not null" vertex="1">
          <mxGeometry height="115" width="110" x="4249.5" y="1375" as="geometry" />
        </mxCell>
        <mxCell id="In8fDh9ZLN2M87an2Miy-123" parent="1" style="whiteSpace=wrap;html=1;" value="skip processing" vertex="1">
          <mxGeometry height="60" width="120" x="4434.5" y="1402.5" as="geometry" />
        </mxCell>
        <mxCell id="In8fDh9ZLN2M87an2Miy-216" edge="1" parent="1" source="In8fDh9ZLN2M87an2Miy-126" style="edgeStyle=orthogonalEdgeStyle;rounded=0;orthogonalLoop=1;jettySize=auto;html=1;entryX=0.5;entryY=0;entryDx=0;entryDy=0;" target="In8fDh9ZLN2M87an2Miy-214">
          <mxGeometry relative="1" as="geometry" />
        </mxCell>
        <mxCell id="In8fDh9ZLN2M87an2Miy-126" parent="1" style="whiteSpace=wrap;html=1;" value="polaris&lt;br&gt;/loan/&lt;span style=&quot;white-space: pre-wrap; color: rgb(33, 33, 33); font-family: Inter, system-ui, -apple-system, &amp;quot;system-ui&amp;quot;, &amp;quot;Segoe UI&amp;quot;, Roboto, Oxygen, Ubuntu, Cantarell, &amp;quot;Fira Sans&amp;quot;, &amp;quot;Droid Sans&amp;quot;, Helvetica, Arial, sans-serif; text-align: left; background-color: rgb(255, 255, 255);&quot;&gt;grantLoanNonCash&lt;/span&gt;" vertex="1">
          <mxGeometry height="60" width="157.38" x="4223.93" y="2440" as="geometry" />
        </mxCell>
        <mxCell id="In8fDh9ZLN2M87an2Miy-130" parent="1" style="rounded=0;whiteSpace=wrap;html=1;fontSize=21;" value="WHERE TO TRIGGER CGW???" vertex="1">
          <mxGeometry height="290" width="450.63" x="5490" y="2380" as="geometry" />
        </mxCell>
        <mxCell id="In8fDh9ZLN2M87an2Miy-133" edge="1" parent="1" source="In8fDh9ZLN2M87an2Miy-131" style="edgeStyle=orthogonalEdgeStyle;rounded=0;orthogonalLoop=1;jettySize=auto;html=1;" target="In8fDh9ZLN2M87an2Miy-88" value="">
          <mxGeometry relative="1" as="geometry" />
        </mxCell>
        <mxCell id="In8fDh9ZLN2M87an2Miy-131" parent="1" style="whiteSpace=wrap;html=1;" value="processed_at = now" vertex="1">
          <mxGeometry height="60" width="120" x="5616.37" y="1942.5" as="geometry" />
        </mxCell>
        <mxCell id="In8fDh9ZLN2M87an2Miy-141" edge="1" parent="1" source="In8fDh9ZLN2M87an2Miy-134" style="edgeStyle=orthogonalEdgeStyle;rounded=0;orthogonalLoop=1;jettySize=auto;html=1;entryX=0;entryY=0.5;entryDx=0;entryDy=0;" target="In8fDh9ZLN2M87an2Miy-139">
          <mxGeometry relative="1" as="geometry" />
        </mxCell>
        <mxCell id="In8fDh9ZLN2M87an2Miy-145" edge="1" parent="1" source="In8fDh9ZLN2M87an2Miy-134" style="edgeStyle=orthogonalEdgeStyle;rounded=0;orthogonalLoop=1;jettySize=auto;html=1;" target="In8fDh9ZLN2M87an2Miy-144" value="">
          <mxGeometry relative="1" as="geometry" />
        </mxCell>
        <mxCell id="In8fDh9ZLN2M87an2Miy-134" parent="1" style="rhombus;whiteSpace=wrap;html=1;" value="casa -&amp;gt; domestic (CGW)&lt;br&gt;exists?" vertex="1">
          <mxGeometry height="180" width="190" x="4860" y="2190" as="geometry" />
        </mxCell>
        <mxCell id="In8fDh9ZLN2M87an2Miy-142" edge="1" parent="1" source="In8fDh9ZLN2M87an2Miy-139" style="edgeStyle=orthogonalEdgeStyle;rounded=0;orthogonalLoop=1;jettySize=auto;html=1;entryX=0;entryY=0.5;entryDx=0;entryDy=0;" target="In8fDh9ZLN2M87an2Miy-113">
          <mxGeometry relative="1" as="geometry" />
        </mxCell>
        <mxCell id="In8fDh9ZLN2M87an2Miy-227" edge="1" parent="1" source="In8fDh9ZLN2M87an2Miy-139" style="edgeStyle=orthogonalEdgeStyle;rounded=0;orthogonalLoop=1;jettySize=auto;html=1;entryX=1;entryY=0.5;entryDx=0;entryDy=0;" target="In8fDh9ZLN2M87an2Miy-225">
          <mxGeometry relative="1" as="geometry">
            <Array as="points">
              <mxPoint x="5196" y="2460" />
            </Array>
          </mxGeometry>
        </mxCell>
        <mxCell id="In8fDh9ZLN2M87an2Miy-139" parent="1" style="rhombus;whiteSpace=wrap;html=1;" value="casa -&amp;gt; domestic (CGW)&lt;br&gt;amount match" vertex="1">
          <mxGeometry height="180" width="172.5" x="5110" y="2190" as="geometry" />
        </mxCell>
        <mxCell id="In8fDh9ZLN2M87an2Miy-147" edge="1" parent="1" source="In8fDh9ZLN2M87an2Miy-144" style="edgeStyle=orthogonalEdgeStyle;rounded=0;orthogonalLoop=1;jettySize=auto;html=1;" target="In8fDh9ZLN2M87an2Miy-146" value="">
          <mxGeometry relative="1" as="geometry" />
        </mxCell>
        <mxCell id="In8fDh9ZLN2M87an2Miy-144" parent="1" style="whiteSpace=wrap;html=1;" value="Trigger CGW" vertex="1">
-           <mxGeometry height="60" width="120" x="4895" y="2482.5" as="geometry" />
+           <mxGeometry height="60" width="120" x="4895" y="2510" as="geometry" />
        </mxCell>
        <mxCell id="In8fDh9ZLN2M87an2Miy-148" edge="1" parent="1" source="In8fDh9ZLN2M87an2Miy-146" style="edgeStyle=orthogonalEdgeStyle;rounded=0;orthogonalLoop=1;jettySize=auto;html=1;entryX=0.5;entryY=1;entryDx=0;entryDy=0;" target="In8fDh9ZLN2M87an2Miy-113">
          <mxGeometry relative="1" as="geometry" />
        </mxCell>
        <mxCell id="In8fDh9ZLN2M87an2Miy-150" edge="1" parent="1" source="In8fDh9ZLN2M87an2Miy-146" style="edgeStyle=orthogonalEdgeStyle;rounded=0;orthogonalLoop=1;jettySize=auto;html=1;" target="In8fDh9ZLN2M87an2Miy-149" value="">
          <mxGeometry relative="1" as="geometry" />
        </mxCell>
        <mxCell id="In8fDh9ZLN2M87an2Miy-146" parent="1" style="rhombus;whiteSpace=wrap;html=1;" value="200" vertex="1">
-           <mxGeometry height="80" width="80" x="5115" y="2472.5" as="geometry" />
+           <mxGeometry height="80" width="80" x="5115" y="2500" as="geometry" />
        </mxCell>
        <mxCell id="In8fDh9ZLN2M87an2Miy-149" parent="1" style="whiteSpace=wrap;html=1;" value="next_retry_at = now + 5min" vertex="1">
          <mxGeometry height="60" width="155" x="5077.5" y="2650" as="geometry" />
        </mxCell>
        <mxCell id="In8fDh9ZLN2M87an2Miy-154" edge="1" parent="1" source="In8fDh9ZLN2M87an2Miy-152" style="edgeStyle=orthogonalEdgeStyle;rounded=0;orthogonalLoop=1;jettySize=auto;html=1;entryX=0;entryY=0.5;entryDx=0;entryDy=0;" target="In8fDh9ZLN2M87an2Miy-153">
          <mxGeometry relative="1" as="geometry" />
        </mxCell>
        <mxCell id="In8fDh9ZLN2M87an2Miy-176" edge="1" parent="1" source="In8fDh9ZLN2M87an2Miy-152" style="edgeStyle=orthogonalEdgeStyle;rounded=0;orthogonalLoop=1;jettySize=auto;html=1;" target="In8fDh9ZLN2M87an2Miy-175" value="">
          <mxGeometry relative="1" as="geometry" />
        </mxCell>
        <mxCell id="In8fDh9ZLN2M87an2Miy-152" parent="1" style="rhombus;whiteSpace=wrap;html=1;" value="Polaris&lt;br&gt;/loan/&lt;span style=&quot;color: rgb(33, 33, 33); font-family: Inter, system-ui, -apple-system, &amp;quot;system-ui&amp;quot;, &amp;quot;Segoe UI&amp;quot;, Roboto, Oxygen, Ubuntu, Cantarell, &amp;quot;Fira Sans&amp;quot;, &amp;quot;Droid Sans&amp;quot;, Helvetica, Arial, sans-serif; text-align: left; white-space: pre-wrap; background-color: rgb(255, 255, 255);&quot;&gt;getAccountDetail&lt;/span&gt;&lt;br&gt;loan_application.amount &amp;lt;= polaris.available_amount" vertex="1">
          <mxGeometry height="190" width="230" x="1802.5" y="1060" as="geometry" />
        </mxCell>
        <mxCell id="In8fDh9ZLN2M87an2Miy-158" edge="1" parent="1" source="In8fDh9ZLN2M87an2Miy-153" style="edgeStyle=orthogonalEdgeStyle;rounded=0;orthogonalLoop=1;jettySize=auto;html=1;entryX=0;entryY=0.5;entryDx=0;entryDy=0;" target="In8fDh9ZLN2M87an2Miy-157">
          <mxGeometry relative="1" as="geometry" />
        </mxCell>
        <mxCell id="In8fDh9ZLN2M87an2Miy-153" parent="1" style="whiteSpace=wrap;html=1;" value="Polaris /loan/&lt;span style=&quot;color: rgb(33, 33, 33); font-family: Inter, system-ui, -apple-system, &amp;quot;system-ui&amp;quot;, &amp;quot;Segoe UI&amp;quot;, Roboto, Oxygen, Ubuntu, Cantarell, &amp;quot;Fira Sans&amp;quot;, &amp;quot;Droid Sans&amp;quot;, Helvetica, Arial, sans-serif; text-align: left; white-space: pre-wrap; background-color: rgb(255, 255, 255);&quot;&gt;grantLoanNonCash&lt;br/&gt;+ CGW trigger&lt;/span&gt;" vertex="1">
          <mxGeometry height="60" width="170" x="2130" y="1125" as="geometry" />
        </mxCell>
        <mxCell id="In8fDh9ZLN2M87an2Miy-177" edge="1" parent="1" source="In8fDh9ZLN2M87an2Miy-157" style="edgeStyle=orthogonalEdgeStyle;rounded=0;orthogonalLoop=1;jettySize=auto;html=1;entryX=0;entryY=0.5;entryDx=0;entryDy=0;" target="In8fDh9ZLN2M87an2Miy-105">
          <mxGeometry relative="1" as="geometry">
            <Array as="points">
              <mxPoint x="2400" y="1427" />
            </Array>
            <mxPoint x="2809.5" y="1427.5" as="targetPoint" />
          </mxGeometry>
        </mxCell>
        <mxCell id="In8fDh9ZLN2M87an2Miy-192" connectable="0" parent="In8fDh9ZLN2M87an2Miy-177" style="edgeLabel;html=1;align=center;verticalAlign=middle;resizable=0;points=[];" value="return warning?,&lt;br&gt;row is not scheduler&#39;s task&lt;div&gt;&lt;br&gt;&lt;/div&gt;" vertex="1">
          <mxGeometry relative="1" x="-0.7641" as="geometry">
            <mxPoint y="1" as="offset" />
          </mxGeometry>
        </mxCell>
        <mxCell id="In8fDh9ZLN2M87an2Miy-157" parent="1" style="rhombus;whiteSpace=wrap;html=1;" value="200" vertex="1">
          <mxGeometry height="80" width="80" x="2360" y="1115" as="geometry" />
        </mxCell>
        <mxCell id="In8fDh9ZLN2M87an2Miy-164" edge="1" parent="1" source="In8fDh9ZLN2M87an2Miy-161" style="edgeStyle=orthogonalEdgeStyle;rounded=0;orthogonalLoop=1;jettySize=auto;html=1;" target="In8fDh9ZLN2M87an2Miy-162" value="">
          <mxGeometry relative="1" as="geometry" />
        </mxCell>
        <mxCell id="In8fDh9ZLN2M87an2Miy-161" parent="1" style="rounded=0;whiteSpace=wrap;html=1;" value="loan account row lock" vertex="1">
          <mxGeometry height="60" width="145" x="895" y="1125" as="geometry" />
        </mxCell>
        <mxCell id="In8fDh9ZLN2M87an2Miy-165" edge="1" parent="1" source="In8fDh9ZLN2M87an2Miy-162" style="edgeStyle=orthogonalEdgeStyle;rounded=0;orthogonalLoop=1;jettySize=auto;html=1;" target="In8fDh9ZLN2M87an2Miy-12">
          <mxGeometry relative="1" as="geometry" />
        </mxCell>
        <mxCell id="In8fDh9ZLN2M87an2Miy-162" parent="1" style="rounded=0;whiteSpace=wrap;html=1;" value="&lt;span style=&quot;font-weight: 700; text-align: left;&quot;&gt;ROWLOCK - loan_limits.held_amount += amount&lt;/span&gt;" vertex="1">
          <mxGeometry height="60" width="215" x="1120" y="1125" as="geometry" />
        </mxCell>
        <mxCell id="In8fDh9ZLN2M87an2Miy-184" edge="1" parent="1" source="In8fDh9ZLN2M87an2Miy-166" style="edgeStyle=orthogonalEdgeStyle;rounded=0;orthogonalLoop=1;jettySize=auto;html=1;" target="In8fDh9ZLN2M87an2Miy-183" value="">
          <mxGeometry relative="1" as="geometry" />
        </mxCell>
        <mxCell id="In8fDh9ZLN2M87an2Miy-166" parent="1" style="swimlane;fontStyle=0;childLayout=stackLayout;horizontal=1;startSize=30;horizontalStack=0;resizeParent=1;resizeParentMax=0;resizeLast=0;collapsible=1;marginBottom=0;whiteSpace=wrap;html=1;" value="Loan issued" vertex="1">
          <mxGeometry height="150" width="210" x="2590" y="1130" as="geometry" />
        </mxCell>
        <mxCell id="In8fDh9ZLN2M87an2Miy-167" parent="In8fDh9ZLN2M87an2Miy-166" style="text;strokeColor=none;fillColor=none;align=left;verticalAlign=middle;spacingLeft=4;spacingRight=4;overflow=hidden;points=[[0,0.5],[1,0.5]];portConstraint=eastwest;rotatable=0;whiteSpace=wrap;html=1;" value="loan_application = approved" vertex="1">
          <mxGeometry height="30" width="210" y="30" as="geometry" />
        </mxCell>
        <mxCell id="In8fDh9ZLN2M87an2Miy-168" parent="In8fDh9ZLN2M87an2Miy-166" style="text;strokeColor=none;fillColor=none;align=left;verticalAlign=middle;spacingLeft=4;spacingRight=4;overflow=hidden;points=[[0,0.5],[1,0.5]];portConstraint=eastwest;rotatable=0;whiteSpace=wrap;html=1;" value="create loan" vertex="1">
          <mxGeometry height="30" width="210" y="60" as="geometry" />
        </mxCell>
        <mxCell id="In8fDh9ZLN2M87an2Miy-169" parent="In8fDh9ZLN2M87an2Miy-166" style="text;strokeColor=none;fillColor=none;align=left;verticalAlign=middle;spacingLeft=4;spacingRight=4;overflow=hidden;points=[[0,0.5],[1,0.5]];portConstraint=eastwest;rotatable=0;whiteSpace=wrap;html=1;" value="release lock" vertex="1">
          <mxGeometry height="30" width="210" y="90" as="geometry" />
        </mxCell>
        <mxCell id="In8fDh9ZLN2M87an2Miy-191" parent="In8fDh9ZLN2M87an2Miy-166" style="text;strokeColor=none;fillColor=none;align=left;verticalAlign=middle;spacingLeft=4;spacingRight=4;overflow=hidden;points=[[0,0.5],[1,0.5]];portConstraint=eastwest;rotatable=0;whiteSpace=wrap;html=1;" value="processed_at = now" vertex="1">
          <mxGeometry height="30" width="210" y="120" as="geometry" />
        </mxCell>
        <mxCell id="In8fDh9ZLN2M87an2Miy-170" edge="1" parent="1" source="In8fDh9ZLN2M87an2Miy-157" style="edgeStyle=orthogonalEdgeStyle;rounded=0;orthogonalLoop=1;jettySize=auto;html=1;entryX=0.003;entryY=0.156;entryDx=0;entryDy=0;entryPerimeter=0;" target="In8fDh9ZLN2M87an2Miy-166">
          <mxGeometry relative="1" as="geometry" />
        </mxCell>
        <mxCell id="In8fDh9ZLN2M87an2Miy-174" parent="1" style="text;html=1;whiteSpace=wrap;strokeColor=none;fillColor=none;align=center;verticalAlign=middle;rounded=0;" value="&lt;div style=&quot;background-color:#ffffff;color:#080808&quot;&gt;&lt;pre style=&quot;font-family:&#39;JetBrains Mono&#39;,monospace;font-size:9.8pt;&quot;&gt;&lt;span style=&quot;color:#9e880d;&quot;&gt;@Transactional&lt;/span&gt;(propagation = &lt;span style=&quot;color:#000000;&quot;&gt;Propagation&lt;/span&gt;.&lt;span style=&quot;color:#871094;font-style:italic;&quot;&gt;REQUIRES_NEW&lt;/span&gt;)&lt;/pre&gt;&lt;/div&gt;" vertex="1">
          <mxGeometry height="30" width="240" x="1200" y="1010" as="geometry" />
        </mxCell>
        <mxCell id="In8fDh9ZLN2M87an2Miy-175" parent="1" style="whiteSpace=wrap;html=1;" value="Rollback, return error" vertex="1">
          <mxGeometry height="60" width="132.5" x="1851.25" y="1295" as="geometry" />
        </mxCell>
        <mxCell id="In8fDh9ZLN2M87an2Miy-186" edge="1" parent="1" source="In8fDh9ZLN2M87an2Miy-183" style="edgeStyle=orthogonalEdgeStyle;rounded=0;orthogonalLoop=1;jettySize=auto;html=1;" target="In8fDh9ZLN2M87an2Miy-185" value="">
          <mxGeometry relative="1" as="geometry" />
        </mxCell>
        <mxCell id="In8fDh9ZLN2M87an2Miy-187" edge="1" parent="1" source="In8fDh9ZLN2M87an2Miy-183" style="edgeStyle=orthogonalEdgeStyle;rounded=0;orthogonalLoop=1;jettySize=auto;html=1;" target="In8fDh9ZLN2M87an2Miy-105">
          <mxGeometry relative="1" as="geometry">
            <Array as="points">
              <mxPoint x="2995" y="1427" />
            </Array>
          </mxGeometry>
        </mxCell>
        <mxCell id="In8fDh9ZLN2M87an2Miy-195" connectable="0" parent="In8fDh9ZLN2M87an2Miy-187" style="edgeLabel;html=1;align=center;verticalAlign=middle;resizable=0;points=[];" value="return warning?,&lt;br&gt;row is not scheduler&#39;s task&lt;div&gt;&lt;br&gt;&lt;/div&gt;" vertex="1">
          <mxGeometry relative="1" x="-0.5656" y="1" as="geometry">
            <mxPoint as="offset" />
          </mxGeometry>
        </mxCell>
        <mxCell id="In8fDh9ZLN2M87an2Miy-183" parent="1" style="rhombus;whiteSpace=wrap;html=1;fontStyle=0;startSize=30;horizontal=1;" value="db transaction success?" vertex="1">
          <mxGeometry height="135" width="130" x="2930" y="1122.5" as="geometry" />
        </mxCell>
        <mxCell id="In8fDh9ZLN2M87an2Miy-185" parent="1" style="whiteSpace=wrap;html=1;fontStyle=0;startSize=30;horizontal=1;" value="return success to client" vertex="1">
          <mxGeometry height="60" width="120" x="3145" y="1160" as="geometry" />
        </mxCell>
        <mxCell id="In8fDh9ZLN2M87an2Miy-189" parent="1" style="text;html=1;whiteSpace=wrap;strokeColor=none;fillColor=none;align=center;verticalAlign=middle;rounded=0;fontSize=26;" value="&lt;div style=&quot;background-color:#ffffff;color:#080808&quot;&gt;&lt;pre style=&quot;font-family: &amp;quot;JetBrains Mono&amp;quot;, monospace;&quot;&gt;&lt;span style=&quot;color:#9e880d;&quot;&gt;@Transactional&lt;/span&gt;(propagation = &lt;span style=&quot;color:#000000;&quot;&gt;Propagation&lt;/span&gt;.&lt;span style=&quot;color:#871094;font-style:italic;&quot;&gt;REQUIRES_NEW&lt;/span&gt;)&lt;/pre&gt;&lt;/div&gt;" vertex="1">
          <mxGeometry height="30" width="240" x="4918.87" y="1265" as="geometry" />
        </mxCell>
        <mxCell id="In8fDh9ZLN2M87an2Miy-198" parent="1" style="text;html=1;whiteSpace=wrap;strokeColor=none;fillColor=none;align=center;verticalAlign=middle;rounded=0;fontSize=32;" value="BNPL request flow" vertex="1">
          <mxGeometry height="30" width="470" x="-80" y="2930" as="geometry" />
        </mxCell>
        <mxCell id="In8fDh9ZLN2M87an2Miy-199" edge="1" parent="1" source="In8fDh9ZLN2M87an2Miy-200" style="edgeStyle=orthogonalEdgeStyle;rounded=0;orthogonalLoop=1;jettySize=auto;html=1;" target="In8fDh9ZLN2M87an2Miy-202" value="">
          <mxGeometry relative="1" as="geometry" />
        </mxCell>
        <mxCell id="In8fDh9ZLN2M87an2Miy-200" parent="1" style="shape=umlActor;verticalLabelPosition=bottom;verticalAlign=top;html=1;outlineConnect=0;" value="Actor" vertex="1">
          <mxGeometry height="60" width="30" x="20" y="3135" as="geometry" />
        </mxCell>
        <mxCell id="In8fDh9ZLN2M87an2Miy-201" edge="1" parent="1" source="In8fDh9ZLN2M87an2Miy-202" style="edgeStyle=orthogonalEdgeStyle;rounded=0;orthogonalLoop=1;jettySize=auto;html=1;entryX=0.011;entryY=0.06;entryDx=0;entryDy=0;entryPerimeter=0;" target="In8fDh9ZLN2M87an2Miy-209" value="">
          <mxGeometry relative="1" as="geometry">
            <mxPoint x="440" y="3165" as="targetPoint" />
          </mxGeometry>
        </mxCell>
        <mxCell id="In8fDh9ZLN2M87an2Miy-202" parent="1" style="whiteSpace=wrap;html=1;verticalAlign=top;" value="&lt;div&gt;&lt;br&gt;&lt;/div&gt;&lt;div&gt;One tap loan&lt;/div&gt;" vertex="1">
          <mxGeometry height="60" width="120" x="230" y="3135" as="geometry" />
        </mxCell>
        <mxCell id="In8fDh9ZLN2M87an2Miy-203" edge="1" parent="1" source="In8fDh9ZLN2M87an2Miy-205" style="edgeStyle=orthogonalEdgeStyle;rounded=0;orthogonalLoop=1;jettySize=auto;html=1;" target="In8fDh9ZLN2M87an2Miy-206" value="">
          <mxGeometry relative="1" as="geometry" />
        </mxCell>
        <mxCell id="In8fDh9ZLN2M87an2Miy-204" connectable="0" parent="In8fDh9ZLN2M87an2Miy-203" style="edgeLabel;html=1;align=center;verticalAlign=middle;resizable=0;points=[];" value="0" vertex="1">
          <mxGeometry relative="1" x="-0.2091" y="-1" as="geometry">
            <mxPoint as="offset" />
          </mxGeometry>
        </mxCell>
        <mxCell id="In8fDh9ZLN2M87an2Miy-213" edge="1" parent="1" source="In8fDh9ZLN2M87an2Miy-205" style="edgeStyle=orthogonalEdgeStyle;rounded=0;orthogonalLoop=1;jettySize=auto;html=1;" target="In8fDh9ZLN2M87an2Miy-212" value="">
          <mxGeometry relative="1" as="geometry" />
        </mxCell>
        <mxCell id="In8fDh9ZLN2M87an2Miy-205" parent="1" style="rhombus;whiteSpace=wrap;html=1;verticalAlign=top;" value="&lt;br&gt;&lt;br&gt;&lt;div&gt;&lt;br&gt;&lt;/div&gt;&lt;div&gt;Loan validation&lt;br&gt;success&lt;/div&gt;" vertex="1">
          <mxGeometry height="120" width="140" x="720" y="3105" as="geometry" />
        </mxCell>
        <mxCell id="In8fDh9ZLN2M87an2Miy-206" parent="1" style="whiteSpace=wrap;html=1;verticalAlign=middle;" value="Return err message" vertex="1">
          <mxGeometry height="60" width="120" x="730" y="3305" as="geometry" />
        </mxCell>
        <mxCell id="In8fDh9ZLN2M87an2Miy-207" edge="1" parent="1" source="In8fDh9ZLN2M87an2Miy-208" style="edgeStyle=orthogonalEdgeStyle;rounded=0;orthogonalLoop=1;jettySize=auto;html=1;entryX=0;entryY=0.5;entryDx=0;entryDy=0;" target="In8fDh9ZLN2M87an2Miy-205">
          <mxGeometry relative="1" as="geometry" />
        </mxCell>
        <mxCell id="In8fDh9ZLN2M87an2Miy-208" parent="1" style="swimlane;fontStyle=0;childLayout=stackLayout;horizontal=1;startSize=30;horizontalStack=0;resizeParent=1;resizeParentMax=0;resizeLast=0;collapsible=1;marginBottom=0;whiteSpace=wrap;html=1;" value="Validations" vertex="1">
          <mxGeometry height="120" width="140" x="460" y="3135" as="geometry" />
        </mxCell>
        <mxCell id="In8fDh9ZLN2M87an2Miy-209" parent="In8fDh9ZLN2M87an2Miy-208" style="text;strokeColor=none;fillColor=none;align=left;verticalAlign=middle;spacingLeft=4;spacingRight=4;overflow=hidden;points=[[0,0.5],[1,0.5]];portConstraint=eastwest;rotatable=0;whiteSpace=wrap;html=1;" value="user status" vertex="1">
          <mxGeometry height="30" width="140" y="30" as="geometry" />
        </mxCell>
        <mxCell id="In8fDh9ZLN2M87an2Miy-210" parent="In8fDh9ZLN2M87an2Miy-208" style="text;strokeColor=none;fillColor=none;align=left;verticalAlign=middle;spacingLeft=4;spacingRight=4;overflow=hidden;points=[[0,0.5],[1,0.5]];portConstraint=eastwest;rotatable=0;whiteSpace=wrap;html=1;" value="kyc status" vertex="1">
          <mxGeometry height="30" width="140" y="60" as="geometry" />
        </mxCell>
        <mxCell id="In8fDh9ZLN2M87an2Miy-211" parent="In8fDh9ZLN2M87an2Miy-208" style="text;strokeColor=none;fillColor=none;align=left;verticalAlign=middle;spacingLeft=4;spacingRight=4;overflow=hidden;points=[[0,0.5],[1,0.5]];portConstraint=eastwest;rotatable=0;whiteSpace=wrap;html=1;" value="loan limit status" vertex="1">
          <mxGeometry height="30" width="140" y="90" as="geometry" />
        </mxCell>
        <mxCell id="In8fDh9ZLN2M87an2Miy-212" parent="1" style="whiteSpace=wrap;html=1;verticalAlign=middle;" value="Same as one-tap ??" vertex="1">
          <mxGeometry height="60" width="120" x="950" y="3135" as="geometry" />
        </mxCell>
        <mxCell id="In8fDh9ZLN2M87an2Miy-218" edge="1" parent="1" source="In8fDh9ZLN2M87an2Miy-214" style="edgeStyle=orthogonalEdgeStyle;rounded=0;orthogonalLoop=1;jettySize=auto;html=1;entryX=0;entryY=0.5;entryDx=0;entryDy=0;" target="In8fDh9ZLN2M87an2Miy-134">
          <mxGeometry relative="1" as="geometry">
            <Array as="points">
              <mxPoint x="4860" y="2630" />
            </Array>
          </mxGeometry>
        </mxCell>
        <mxCell id="In8fDh9ZLN2M87an2Miy-221" edge="1" parent="1" source="In8fDh9ZLN2M87an2Miy-214" style="edgeStyle=orthogonalEdgeStyle;rounded=0;orthogonalLoop=1;jettySize=auto;html=1;entryX=0;entryY=0.5;entryDx=0;entryDy=0;" target="In8fDh9ZLN2M87an2Miy-149">
          <mxGeometry relative="1" as="geometry">
            <Array as="points">
              <mxPoint x="4303" y="2680" />
            </Array>
          </mxGeometry>
        </mxCell>
        <mxCell id="In8fDh9ZLN2M87an2Miy-214" parent="1" style="rhombus;whiteSpace=wrap;html=1;" value="200" vertex="1">
          <mxGeometry height="80" width="80" x="4262.62" y="2590" as="geometry" />
        </mxCell>
        <mxCell id="In8fDh9ZLN2M87an2Miy-223" edge="1" parent="1" source="In8fDh9ZLN2M87an2Miy-222" style="edgeStyle=orthogonalEdgeStyle;rounded=0;orthogonalLoop=1;jettySize=auto;html=1;" target="In8fDh9ZLN2M87an2Miy-134">
          <mxGeometry relative="1" as="geometry" />
        </mxCell>
        <mxCell id="In8fDh9ZLN2M87an2Miy-226" edge="1" parent="1" source="In8fDh9ZLN2M87an2Miy-222" style="edgeStyle=orthogonalEdgeStyle;rounded=0;orthogonalLoop=1;jettySize=auto;html=1;" target="In8fDh9ZLN2M87an2Miy-225" value="">
          <mxGeometry relative="1" as="geometry" />
        </mxCell>
        <mxCell id="In8fDh9ZLN2M87an2Miy-222" parent="1" style="rhombus;whiteSpace=wrap;html=1;" value="loan -&amp;gt; casa &lt;br&gt;amount match" vertex="1">
          <mxGeometry height="156.25" width="155" x="4561.37" y="2201.88" as="geometry" />
        </mxCell>
        <mxCell id="In8fDh9ZLN2M87an2Miy-225" parent="1" style="whiteSpace=wrap;html=1;" value="status = manual_review??" vertex="1">
          <mxGeometry height="60" width="120" x="4578.87" y="2429.995" as="geometry" />
        </mxCell>
      </root>
    </mxGraphModel>
  </diagram>
</mxfile>
